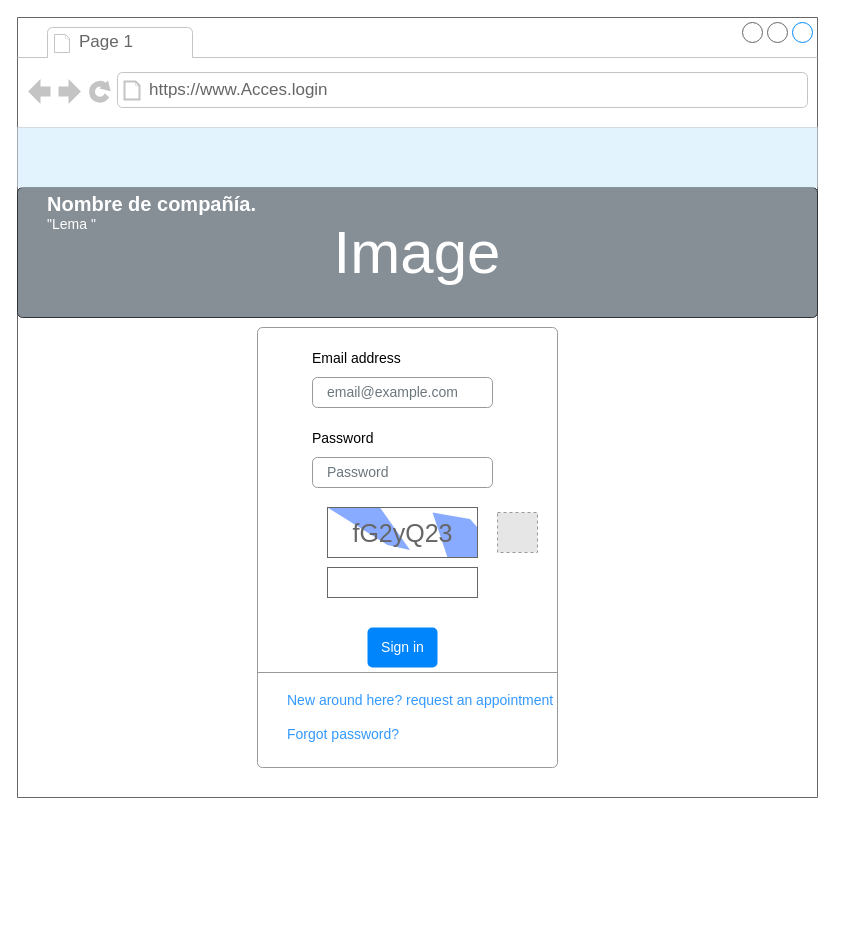
This is page "Login" (1 of 5) of Untitled Diagram.drawio from GwenBZ/AccesoEmpresa, a draw.io file, before an edit. Source tidied: cells renumbered, new cells numbered last; positions are measured from the earlier drawing's top-left corner, leaving out a move shared by most shapes. Both pictures are drawn from the tidied source at 100%, with x=0, y=0 at pixel (17, 17). Pictures stored in the file or linked from it are replaced by grey dashed boxes.
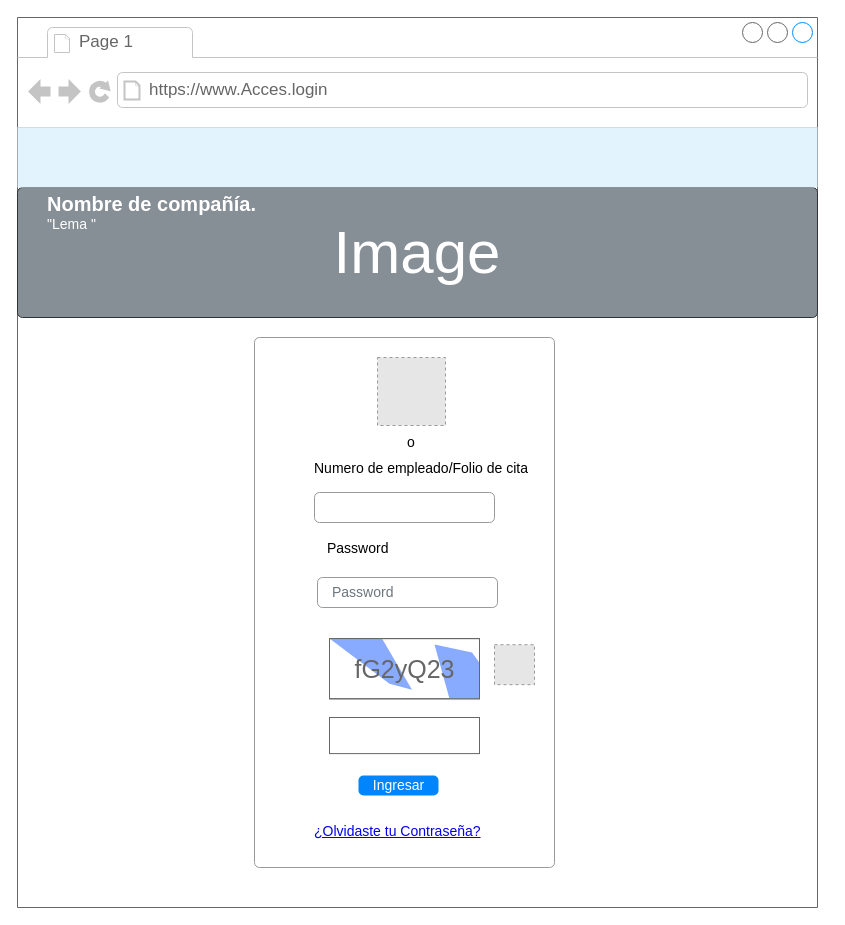
The same diagram, later.

Change to the diagram source:
```diff
@@
     <mxCell id="2" style="strokeWidth=1;shadow=0;dashed=0;align=center;html=1;shape=mxgraph.mockup.containers.browserWindow;rSize=0;strokeColor=#666666;strokeColor2=#008cff;strokeColor3=#c4c4c4;mainText=,;" parent="1" vertex="1">
-      <mxGeometry width="800" height="780" as="geometry" />
+      <mxGeometry width="800" height="890" as="geometry" />
     </mxCell>
@@
     <mxCell id="8" style="html=1;shadow=0;dashed=0;shape=mxgraph.bootstrap.rrect;rSize=5;fillColor=#ffffff;strokeColor=#999999;" parent="2" vertex="1">
-      <mxGeometry x="240" y="310" width="300" height="440" as="geometry" />
+      <mxGeometry x="237" y="320" width="300" height="530" as="geometry" />
     </mxCell>
-    <mxCell id="9" value="Email address" style="fillColor=none;strokeColor=none;align=left;spacing=20;fontSize=14;" parent="8" vertex="1">
+    <mxCell id="9" value="Numero de empleado/Folio de cita" style="fillColor=none;strokeColor=none;align=left;spacing=20;fontSize=14;" parent="8" vertex="1">
       <mxGeometry width="220" height="40" relative="1" as="geometry">
-        <mxPoint x="35" y="10" as="offset" />
+        <mxPoint x="40" y="110" as="offset" />
       </mxGeometry>
     </mxCell>
-    <mxCell id="10" value="email@example.com" style="html=1;shadow=0;dashed=0;shape=mxgraph.bootstrap.rrect;rSize=5;fillColor=none;strokeColor=#999999;align=left;spacing=15;fontSize=14;fontColor=#6C767D;" parent="8" vertex="1">
+    <mxCell id="10" style="html=1;shadow=0;dashed=0;shape=mxgraph.bootstrap.rrect;rSize=5;fillColor=none;strokeColor=#999999;align=left;spacing=15;fontSize=14;fontColor=#6C767D;" parent="8" vertex="1">
       <mxGeometry width="180" height="30" relative="1" as="geometry">
-        <mxPoint x="55" y="50" as="offset" />
+        <mxPoint x="60" y="155" as="offset" />
       </mxGeometry>
     </mxCell>
     <mxCell id="11" value="Password" style="fillColor=none;strokeColor=none;align=left;spacing=20;fontSize=14;" parent="8" vertex="1">
       <mxGeometry width="220" height="40" relative="1" as="geometry">
-        <mxPoint x="35" y="90" as="offset" />
+        <mxPoint x="53" y="190" as="offset" />
       </mxGeometry>
     </mxCell>
     <mxCell id="12" value="Password" style="html=1;shadow=0;dashed=0;shape=mxgraph.bootstrap.rrect;rSize=5;fillColor=none;strokeColor=#999999;align=left;spacing=15;fontSize=14;fontColor=#6C767D;" parent="8" vertex="1">
       <mxGeometry width="180" height="30" relative="1" as="geometry">
-        <mxPoint x="55" y="130" as="offset" />
+        <mxPoint x="63" y="240" as="offset" />
       </mxGeometry>
     </mxCell>
-    <mxCell id="13" style="shape=line;strokeColor=#999999;perimeter=none;" parent="8" vertex="1">
-      <mxGeometry width="300" height="10" relative="1" as="geometry">
-        <mxPoint y="340" as="offset" />
-      </mxGeometry>
-    </mxCell>
-    <mxCell id="14" value="&lt;font color=&quot;#3399FF&quot;&gt;New around here? request an appointment&lt;/font&gt;&lt;br&gt;&lt;br&gt;&lt;font color=&quot;#3399FF&quot;&gt;Forgot password?&lt;/font&gt;" style="html=1;fillColor=none;strokeColor=none;align=left;spacing=20;fontSize=14;" parent="8" vertex="1">
-      <mxGeometry width="220" height="60" relative="1" as="geometry">
-        <mxPoint x="10" y="360" as="offset" />
-      </mxGeometry>
-    </mxCell>
     <mxCell id="15" value="fG2yQ23" style="strokeWidth=1;shadow=0;dashed=0;align=center;html=1;shape=mxgraph.mockup.text.captcha;fontColor=#666666;fontSize=25;strokeColor=#666666;mainText=;" parent="8" vertex="1">
-      <mxGeometry x="70" y="180" width="150" height="50" as="geometry" />
+      <mxGeometry x="75" y="301.1" width="150" height="60.2" as="geometry" />
     </mxCell>
     <mxCell id="16" style="strokeWidth=1;shadow=0;dashed=0;align=center;html=1;shape=mxgraph.mockup.text.textBox;fontColor=#666666;align=left;fontSize=17;spacingLeft=4;spacingTop=-3;strokeColor=#666666;mainText=;" parent="8" vertex="1">
-      <mxGeometry x="70" y="240" width="150" height="30" as="geometry" />
+      <mxGeometry x="75" y="380" width="150" height="36.1" as="geometry" />
     </mxCell>
-    <mxCell id="17" value="Sign in" style="html=1;shadow=0;dashed=0;shape=mxgraph.bootstrap.rrect;rSize=5;fillColor=#0085FC;strokeColor=none;align=center;fontSize=14;fontColor=#FFFFFF;" parent="8" vertex="1">
-      <mxGeometry width="70" height="40" relative="1" as="geometry">
-        <mxPoint x="110" y="300" as="offset" />
+    <mxCell id="17" value="Ingresar" style="html=1;shadow=0;dashed=0;shape=mxgraph.bootstrap.rrect;rSize=5;fillColor=#0085FC;strokeColor=none;align=center;fontSize=14;fontColor=#FFFFFF;" parent="8" vertex="1">
+      <mxGeometry width="80" height="20" relative="1" as="geometry">
+        <mxPoint x="104" y="438" as="offset" />
       </mxGeometry>
     </mxCell>
     <mxCell id="18" style="fillColor=#E6E6E6;strokeColor=#999999;dashed=1;html=1;verticalAlign=top;verticalLabelPosition=bottom;labelBackgroundColor=#ffffff;fontColor=#3399FF;" parent="8" vertex="1">
-      <mxGeometry x="240" y="185" width="40" height="40" as="geometry" />
+      <mxGeometry x="240" y="307.2" width="40" height="40" as="geometry" />
     </mxCell>
+    <mxCell id="19" value="&lt;span&gt;&lt;a href=&quot;https://encuestasregresoseguro.com/#modalLoad&quot;&gt;¿Olvidaste tu Contraseña?&lt;/a&gt;&lt;/span&gt;&lt;br&gt;" style="html=1;fillColor=none;strokeColor=none;align=left;spacing=20;fontSize=14;" parent="8" vertex="1">
+      <mxGeometry x="40" y="469.8" width="220" height="48.2" as="geometry" />
+    </mxCell>
+    <mxCell id="20" value="o" style="fillColor=none;strokeColor=none;align=left;spacing=20;fontSize=14;" parent="8" vertex="1">
+      <mxGeometry x="133" y="80" width="70" height="48.2" as="geometry" />
+    </mxCell>
+    <mxCell id="21" style="fillColor=#E6E6E6;strokeColor=#999999;dashed=1;html=1;verticalAlign=top;verticalLabelPosition=bottom;labelBackgroundColor=#ffffff;fontSize=10;fontColor=#3399FF;" parent="8" vertex="1">
+      <mxGeometry x="123" y="20" width="68" height="68" as="geometry" />
+    </mxCell>
```
